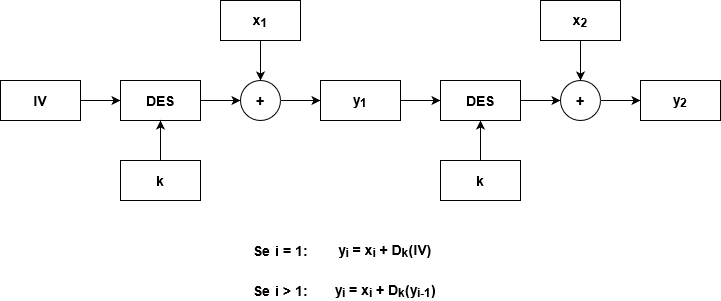
The draw.io diagram img/descfb.png in AlbertoSpinella/des-3des-js, before a commit. Source tidied: cells renumbered, new cells last; positions are measured from the earlier drawing's top-left corner, leaving out a move shared by most shapes. Source of this version:
```xml
<mxGraphModel background="#ffffff">
  <root>
    <mxCell id="0" />
    <mxCell id="1" parent="0" />
    <mxCell id="2" style="edgeStyle=orthogonalEdgeStyle;rounded=0;jettySize=auto;html=1;entryX=0.5;entryY=0;entryDx=0;entryDy=0;" parent="1" edge="1" source="3" target="5">
      <mxGeometry relative="1" as="geometry" />
    </mxCell>
    <mxCell id="3" value="&lt;font style=&quot;font-size: 14px&quot;&gt;&lt;b&gt;x&lt;sub&gt;1&lt;/sub&gt;&lt;/b&gt;&lt;/font&gt;" style="rounded=0;whiteSpace=wrap;html=1;" parent="1" vertex="1">
      <mxGeometry x="220" width="80" height="40" as="geometry" />
    </mxCell>
    <mxCell id="4" style="edgeStyle=orthogonalEdgeStyle;rounded=0;jettySize=auto;html=1;entryX=0;entryY=0.5;entryDx=0;entryDy=0;" parent="1" edge="1" source="5" target="13">
      <mxGeometry relative="1" as="geometry" />
    </mxCell>
    <mxCell id="5" value="&lt;font style=&quot;font-size: 14px&quot;&gt;&lt;b&gt;+&lt;/b&gt;&lt;/font&gt;" style="ellipse;whiteSpace=wrap;html=1;" parent="1" vertex="1">
      <mxGeometry x="240" y="80" width="40" height="40" as="geometry" />
    </mxCell>
    <mxCell id="6" style="edgeStyle=orthogonalEdgeStyle;rounded=0;jettySize=auto;html=1;entryX=0;entryY=0.5;entryDx=0;entryDy=0;" parent="1" edge="1" source="7" target="5">
      <mxGeometry relative="1" as="geometry" />
    </mxCell>
    <mxCell id="7" value="&lt;font style=&quot;font-size: 14px&quot;&gt;&lt;b&gt;DES&lt;/b&gt;&lt;/font&gt;" style="rounded=0;whiteSpace=wrap;html=1;" parent="1" vertex="1">
      <mxGeometry x="120" y="80" width="80" height="40" as="geometry" />
    </mxCell>
    <mxCell id="8" style="edgeStyle=orthogonalEdgeStyle;rounded=0;jettySize=auto;html=1;entryX=0;entryY=0.5;entryDx=0;entryDy=0;" parent="1" edge="1" source="9" target="7">
      <mxGeometry relative="1" as="geometry" />
    </mxCell>
    <mxCell id="9" value="&lt;font style=&quot;font-size: 14px&quot;&gt;&lt;b&gt;IV&lt;/b&gt;&lt;/font&gt;" style="rounded=0;whiteSpace=wrap;html=1;" parent="1" vertex="1">
      <mxGeometry y="80" width="80" height="40" as="geometry" />
    </mxCell>
    <mxCell id="10" style="edgeStyle=orthogonalEdgeStyle;rounded=0;jettySize=auto;html=1;entryX=0.5;entryY=1;entryDx=0;entryDy=0;" parent="1" edge="1" source="11" target="7">
      <mxGeometry relative="1" as="geometry" />
    </mxCell>
    <mxCell id="11" value="&lt;font style=&quot;font-size: 14px&quot;&gt;&lt;b&gt;k&lt;/b&gt;&lt;/font&gt;" style="rounded=0;whiteSpace=wrap;html=1;" parent="1" vertex="1">
      <mxGeometry x="120" y="160" width="80" height="40" as="geometry" />
    </mxCell>
    <mxCell id="12" style="edgeStyle=orthogonalEdgeStyle;rounded=0;jettySize=auto;html=1;entryX=0;entryY=0.5;entryDx=0;entryDy=0;" parent="1" edge="1" source="13" target="19">
      <mxGeometry relative="1" as="geometry" />
    </mxCell>
    <mxCell id="13" value="&lt;font style=&quot;font-size: 14px&quot;&gt;&lt;b&gt;y&lt;sub&gt;1&lt;/sub&gt;&lt;/b&gt;&lt;/font&gt;" style="rounded=0;whiteSpace=wrap;html=1;" parent="1" vertex="1">
      <mxGeometry x="320" y="80" width="80" height="40" as="geometry" />
    </mxCell>
    <mxCell id="14" value="&lt;div&gt;&lt;font style=&quot;font-size: 14px&quot;&gt;&lt;b&gt;Se i = 1:&lt;/b&gt;&lt;/font&gt;&lt;/div&gt;" style="text;html=1;strokeColor=none;fillColor=none;align=center;verticalAlign=middle;whiteSpace=wrap;rounded=0;" parent="1" vertex="1">
      <mxGeometry x="240" y="240" width="80" height="20" as="geometry" />
    </mxCell>
    <mxCell id="15" value="&lt;b&gt;&lt;font style=&quot;font-size: 14px&quot;&gt;y&lt;sub&gt;i&lt;/sub&gt; = &lt;/font&gt;&lt;font style=&quot;font-size: 14px&quot;&gt;&lt;font style=&quot;font-size: 14px&quot;&gt;x&lt;sub&gt;i&lt;/sub&gt; + &lt;/font&gt;D&lt;sub&gt;k&lt;/sub&gt;(IV)&lt;/font&gt;&lt;/b&gt;" style="text;html=1;strokeColor=none;fillColor=none;align=center;verticalAlign=middle;whiteSpace=wrap;rounded=0;" parent="1" vertex="1">
      <mxGeometry x="310" y="240" width="150" height="20" as="geometry" />
    </mxCell>
    <mxCell id="16" value="&lt;b&gt;&lt;font style=&quot;font-size: 14px&quot;&gt;y&lt;sub&gt;i&lt;/sub&gt; = &lt;/font&gt;&lt;font style=&quot;font-size: 14px&quot;&gt;&lt;font style=&quot;font-size: 14px&quot;&gt;&lt;font style=&quot;font-size: 14px&quot;&gt;&lt;font style=&quot;font-size: 14px&quot;&gt;x&lt;sub&gt;i&lt;/sub&gt; + &lt;/font&gt;&lt;/font&gt;&lt;/font&gt;&lt;/font&gt;&lt;font style=&quot;font-size: 14px&quot;&gt;&lt;font style=&quot;font-size: 14px&quot;&gt;&lt;font style=&quot;font-size: 14px&quot;&gt;&lt;font style=&quot;font-size: 14px&quot;&gt;&lt;font style=&quot;font-size: 14px&quot;&gt;&lt;font style=&quot;font-size: 14px&quot;&gt;D&lt;/font&gt;&lt;/font&gt;&lt;/font&gt;&lt;/font&gt;&lt;/font&gt;&lt;font style=&quot;font-size: 14px&quot;&gt;&lt;font style=&quot;font-size: 14px&quot;&gt;&lt;font style=&quot;font-size: 14px&quot;&gt;&lt;font style=&quot;font-size: 14px&quot;&gt;&lt;font style=&quot;font-size: 14px&quot;&gt;&lt;sub&gt;k&lt;/sub&gt;(y&lt;sub&gt;i-1&lt;/sub&gt;)&lt;/font&gt;&lt;/font&gt;&lt;/font&gt;&lt;/font&gt;&lt;/font&gt;&lt;/font&gt;&lt;font style=&quot;font-size: 14px&quot;&gt;&lt;font style=&quot;font-size: 14px&quot;&gt;&lt;font style=&quot;font-size: 14px&quot;&gt;&lt;font style=&quot;font-size: 14px&quot;&gt;&lt;font style=&quot;font-size: 14px&quot;&gt;&lt;font style=&quot;font-size: 14px&quot;&gt;&lt;font style=&quot;font-size: 14px&quot;&gt;&lt;br&gt;&lt;/font&gt;&lt;/font&gt;&lt;/font&gt;&lt;/font&gt;&lt;/font&gt;&lt;/font&gt;&lt;/font&gt;&lt;/b&gt;" style="text;html=1;align=center;verticalAlign=middle;strokeColor=none;" parent="1" vertex="1">
      <mxGeometry x="325" y="280" width="120" height="20" as="geometry" />
    </mxCell>
    <mxCell id="17" value="&lt;div&gt;&lt;font style=&quot;font-size: 14px&quot;&gt;&lt;b&gt;Se i &amp;gt; 1:&lt;/b&gt;&lt;/font&gt;&lt;/div&gt;" style="text;html=1;strokeColor=none;fillColor=none;align=center;verticalAlign=middle;whiteSpace=wrap;rounded=0;" parent="1" vertex="1">
      <mxGeometry x="240" y="280" width="80" height="20" as="geometry" />
    </mxCell>
    <mxCell id="18" style="edgeStyle=orthogonalEdgeStyle;rounded=0;jettySize=auto;html=1;entryX=0;entryY=0.5;entryDx=0;entryDy=0;" parent="1" edge="1" source="19" target="23">
      <mxGeometry relative="1" as="geometry" />
    </mxCell>
    <mxCell id="19" value="&lt;font style=&quot;font-size: 14px&quot;&gt;&lt;b&gt;DES&lt;/b&gt;&lt;/font&gt;" style="rounded=0;whiteSpace=wrap;html=1;" parent="1" vertex="1">
      <mxGeometry x="440" y="80" width="80" height="40" as="geometry" />
    </mxCell>
    <mxCell id="20" style="edgeStyle=orthogonalEdgeStyle;rounded=0;jettySize=auto;html=1;entryX=0.5;entryY=1;entryDx=0;entryDy=0;" parent="1" edge="1" source="21" target="19">
      <mxGeometry relative="1" as="geometry" />
    </mxCell>
    <mxCell id="21" value="&lt;font style=&quot;font-size: 14px&quot;&gt;&lt;b&gt;k&lt;/b&gt;&lt;/font&gt;" style="rounded=0;whiteSpace=wrap;html=1;" parent="1" vertex="1">
      <mxGeometry x="440" y="160" width="80" height="40" as="geometry" />
    </mxCell>
    <mxCell id="22" style="edgeStyle=orthogonalEdgeStyle;rounded=0;jettySize=auto;html=1;entryX=0;entryY=0.5;entryDx=0;entryDy=0;" parent="1" edge="1" source="23" target="26">
      <mxGeometry relative="1" as="geometry" />
    </mxCell>
    <mxCell id="23" value="&lt;font style=&quot;font-size: 14px&quot;&gt;&lt;b&gt;+&lt;/b&gt;&lt;/font&gt;" style="ellipse;whiteSpace=wrap;html=1;" parent="1" vertex="1">
      <mxGeometry x="560" y="80" width="40" height="40" as="geometry" />
    </mxCell>
    <mxCell id="24" style="edgeStyle=orthogonalEdgeStyle;rounded=0;jettySize=auto;html=1;entryX=0.5;entryY=0;entryDx=0;entryDy=0;" parent="1" edge="1" source="25" target="23">
      <mxGeometry relative="1" as="geometry" />
    </mxCell>
    <mxCell id="25" value="&lt;font style=&quot;font-size: 14px&quot;&gt;&lt;b&gt;x&lt;sub&gt;2&lt;/sub&gt;&lt;/b&gt;&lt;/font&gt;" style="rounded=0;whiteSpace=wrap;html=1;" parent="1" vertex="1">
      <mxGeometry x="540" width="80" height="40" as="geometry" />
    </mxCell>
    <mxCell id="26" value="&lt;font style=&quot;font-size: 14px&quot;&gt;&lt;b&gt;y&lt;sub&gt;2&lt;/sub&gt;&lt;/b&gt;&lt;/font&gt;" style="rounded=0;whiteSpace=wrap;html=1;" parent="1" vertex="1">
      <mxGeometry x="640" y="80" width="80" height="40" as="geometry" />
    </mxCell>
  </root>
</mxGraphModel>
```
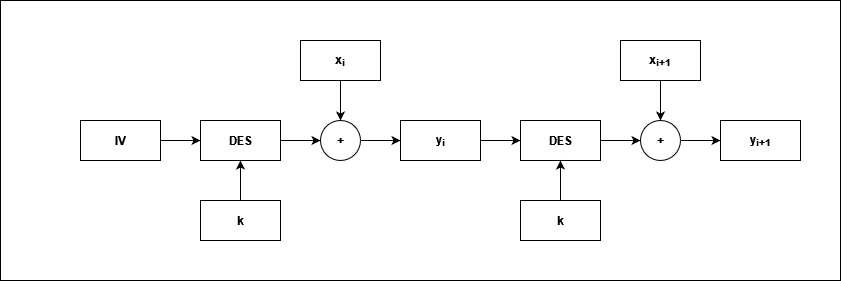
The same diagram one commit later.

What changed in the source:
```diff
@@ -1,81 +1,72 @@
-<mxGraphModel background="#ffffff">
+<mxGraphModel>
   <root>
     <mxCell id="0" />
     <mxCell id="1" parent="0" />
-    <mxCell id="2" style="edgeStyle=orthogonalEdgeStyle;rounded=0;jettySize=auto;html=1;entryX=0.5;entryY=0;entryDx=0;entryDy=0;" parent="1" edge="1" source="3" target="5">
-      <mxGeometry relative="1" as="geometry" />
-    </mxCell>
-    <mxCell id="3" value="&lt;font style=&quot;font-size: 14px&quot;&gt;&lt;b&gt;x&lt;sub&gt;1&lt;/sub&gt;&lt;/b&gt;&lt;/font&gt;" style="rounded=0;whiteSpace=wrap;html=1;" parent="1" vertex="1">
-      <mxGeometry x="220" width="80" height="40" as="geometry" />
-    </mxCell>
-    <mxCell id="4" style="edgeStyle=orthogonalEdgeStyle;rounded=0;jettySize=auto;html=1;entryX=0;entryY=0.5;entryDx=0;entryDy=0;" parent="1" edge="1" source="5" target="13">
-      <mxGeometry relative="1" as="geometry" />
-    </mxCell>
-    <mxCell id="5" value="&lt;font style=&quot;font-size: 14px&quot;&gt;&lt;b&gt;+&lt;/b&gt;&lt;/font&gt;" style="ellipse;whiteSpace=wrap;html=1;" parent="1" vertex="1">
-      <mxGeometry x="240" y="80" width="40" height="40" as="geometry" />
-    </mxCell>
-    <mxCell id="6" style="edgeStyle=orthogonalEdgeStyle;rounded=0;jettySize=auto;html=1;entryX=0;entryY=0.5;entryDx=0;entryDy=0;" parent="1" edge="1" source="7" target="5">
-      <mxGeometry relative="1" as="geometry" />
-    </mxCell>
-    <mxCell id="7" value="&lt;font style=&quot;font-size: 14px&quot;&gt;&lt;b&gt;DES&lt;/b&gt;&lt;/font&gt;" style="rounded=0;whiteSpace=wrap;html=1;" parent="1" vertex="1">
-      <mxGeometry x="120" y="80" width="80" height="40" as="geometry" />
-    </mxCell>
-    <mxCell id="8" style="edgeStyle=orthogonalEdgeStyle;rounded=0;jettySize=auto;html=1;entryX=0;entryY=0.5;entryDx=0;entryDy=0;" parent="1" edge="1" source="9" target="7">
-      <mxGeometry relative="1" as="geometry" />
-    </mxCell>
+    <mxCell id="27" style="rounded=0;whiteSpace=wrap;html=1;" parent="1" vertex="1">
+      <mxGeometry x="-80" y="-40" width="840" height="280" as="geometry" />
+    </mxCell>
+    <mxCell id="28" style="edgeStyle=orthogonalEdgeStyle;curved=1;jettySize=auto;html=1;fontStyle=1;" parent="1" edge="1" source="9" target="30">
+      <mxGeometry relative="1" as="geometry" />
+    </mxCell>
-    <mxCell id="9" value="&lt;font style=&quot;font-size: 14px&quot;&gt;&lt;b&gt;IV&lt;/b&gt;&lt;/font&gt;" style="rounded=0;whiteSpace=wrap;html=1;" parent="1" vertex="1">
+    <mxCell id="9" value="IV" style="rounded=0;whiteSpace=wrap;html=1;fontStyle=1;" parent="1" vertex="1">
       <mxGeometry y="80" width="80" height="40" as="geometry" />
     </mxCell>
-    <mxCell id="10" style="edgeStyle=orthogonalEdgeStyle;rounded=0;jettySize=auto;html=1;entryX=0.5;entryY=1;entryDx=0;entryDy=0;" parent="1" edge="1" source="11" target="7">
-      <mxGeometry relative="1" as="geometry" />
-    </mxCell>
-    <mxCell id="11" value="&lt;font style=&quot;font-size: 14px&quot;&gt;&lt;b&gt;k&lt;/b&gt;&lt;/font&gt;" style="rounded=0;whiteSpace=wrap;html=1;" parent="1" vertex="1">
-      <mxGeometry x="120" y="160" width="80" height="40" as="geometry" />
-    </mxCell>
-    <mxCell id="12" style="edgeStyle=orthogonalEdgeStyle;rounded=0;jettySize=auto;html=1;entryX=0;entryY=0.5;entryDx=0;entryDy=0;" parent="1" edge="1" source="13" target="19">
-      <mxGeometry relative="1" as="geometry" />
-    </mxCell>
-    <mxCell id="13" value="&lt;font style=&quot;font-size: 14px&quot;&gt;&lt;b&gt;y&lt;sub&gt;1&lt;/sub&gt;&lt;/b&gt;&lt;/font&gt;" style="rounded=0;whiteSpace=wrap;html=1;" parent="1" vertex="1">
-      <mxGeometry x="320" y="80" width="80" height="40" as="geometry" />
-    </mxCell>
-    <mxCell id="14" value="&lt;div&gt;&lt;font style=&quot;font-size: 14px&quot;&gt;&lt;b&gt;Se i = 1:&lt;/b&gt;&lt;/font&gt;&lt;/div&gt;" style="text;html=1;strokeColor=none;fillColor=none;align=center;verticalAlign=middle;whiteSpace=wrap;rounded=0;" parent="1" vertex="1">
-      <mxGeometry x="240" y="240" width="80" height="20" as="geometry" />
-    </mxCell>
-    <mxCell id="15" value="&lt;b&gt;&lt;font style=&quot;font-size: 14px&quot;&gt;y&lt;sub&gt;i&lt;/sub&gt; = &lt;/font&gt;&lt;font style=&quot;font-size: 14px&quot;&gt;&lt;font style=&quot;font-size: 14px&quot;&gt;x&lt;sub&gt;i&lt;/sub&gt; + &lt;/font&gt;D&lt;sub&gt;k&lt;/sub&gt;(IV)&lt;/font&gt;&lt;/b&gt;" style="text;html=1;strokeColor=none;fillColor=none;align=center;verticalAlign=middle;whiteSpace=wrap;rounded=0;" parent="1" vertex="1">
-      <mxGeometry x="310" y="240" width="150" height="20" as="geometry" />
-    </mxCell>
-    <mxCell id="16" value="&lt;b&gt;&lt;font style=&quot;font-size: 14px&quot;&gt;y&lt;sub&gt;i&lt;/sub&gt; = &lt;/font&gt;&lt;font style=&quot;font-size: 14px&quot;&gt;&lt;font style=&quot;font-size: 14px&quot;&gt;&lt;font style=&quot;font-size: 14px&quot;&gt;&lt;font style=&quot;font-size: 14px&quot;&gt;x&lt;sub&gt;i&lt;/sub&gt; + &lt;/font&gt;&lt;/font&gt;&lt;/font&gt;&lt;/font&gt;&lt;font style=&quot;font-size: 14px&quot;&gt;&lt;font style=&quot;font-size: 14px&quot;&gt;&lt;font style=&quot;font-size: 14px&quot;&gt;&lt;font style=&quot;font-size: 14px&quot;&gt;&lt;font style=&quot;font-size: 14px&quot;&gt;&lt;font style=&quot;font-size: 14px&quot;&gt;D&lt;/font&gt;&lt;/font&gt;&lt;/font&gt;&lt;/font&gt;&lt;/font&gt;&lt;font style=&quot;font-size: 14px&quot;&gt;&lt;font style=&quot;font-size: 14px&quot;&gt;&lt;font style=&quot;font-size: 14px&quot;&gt;&lt;font style=&quot;font-size: 14px&quot;&gt;&lt;font style=&quot;font-size: 14px&quot;&gt;&lt;sub&gt;k&lt;/sub&gt;(y&lt;sub&gt;i-1&lt;/sub&gt;)&lt;/font&gt;&lt;/font&gt;&lt;/font&gt;&lt;/font&gt;&lt;/font&gt;&lt;/font&gt;&lt;font style=&quot;font-size: 14px&quot;&gt;&lt;font style=&quot;font-size: 14px&quot;&gt;&lt;font style=&quot;font-size: 14px&quot;&gt;&lt;font style=&quot;font-size: 14px&quot;&gt;&lt;font style=&quot;font-size: 14px&quot;&gt;&lt;font style=&quot;font-size: 14px&quot;&gt;&lt;font style=&quot;font-size: 14px&quot;&gt;&lt;br&gt;&lt;/font&gt;&lt;/font&gt;&lt;/font&gt;&lt;/font&gt;&lt;/font&gt;&lt;/font&gt;&lt;/font&gt;&lt;/b&gt;" style="text;html=1;align=center;verticalAlign=middle;strokeColor=none;" parent="1" vertex="1">
-      <mxGeometry x="325" y="280" width="120" height="20" as="geometry" />
-    </mxCell>
-    <mxCell id="17" value="&lt;div&gt;&lt;font style=&quot;font-size: 14px&quot;&gt;&lt;b&gt;Se i &amp;gt; 1:&lt;/b&gt;&lt;/font&gt;&lt;/div&gt;" style="text;html=1;strokeColor=none;fillColor=none;align=center;verticalAlign=middle;whiteSpace=wrap;rounded=0;" parent="1" vertex="1">
-      <mxGeometry x="240" y="280" width="80" height="20" as="geometry" />
-    </mxCell>
-    <mxCell id="18" style="edgeStyle=orthogonalEdgeStyle;rounded=0;jettySize=auto;html=1;entryX=0;entryY=0.5;entryDx=0;entryDy=0;" parent="1" edge="1" source="19" target="23">
-      <mxGeometry relative="1" as="geometry" />
-    </mxCell>
-    <mxCell id="19" value="&lt;font style=&quot;font-size: 14px&quot;&gt;&lt;b&gt;DES&lt;/b&gt;&lt;/font&gt;" style="rounded=0;whiteSpace=wrap;html=1;" parent="1" vertex="1">
-      <mxGeometry x="440" y="80" width="80" height="40" as="geometry" />
-    </mxCell>
-    <mxCell id="20" style="edgeStyle=orthogonalEdgeStyle;rounded=0;jettySize=auto;html=1;entryX=0.5;entryY=1;entryDx=0;entryDy=0;" parent="1" edge="1" source="21" target="19">
-      <mxGeometry relative="1" as="geometry" />
-    </mxCell>
-    <mxCell id="21" value="&lt;font style=&quot;font-size: 14px&quot;&gt;&lt;b&gt;k&lt;/b&gt;&lt;/font&gt;" style="rounded=0;whiteSpace=wrap;html=1;" parent="1" vertex="1">
-      <mxGeometry x="440" y="160" width="80" height="40" as="geometry" />
-    </mxCell>
-    <mxCell id="22" style="edgeStyle=orthogonalEdgeStyle;rounded=0;jettySize=auto;html=1;entryX=0;entryY=0.5;entryDx=0;entryDy=0;" parent="1" edge="1" source="23" target="26">
-      <mxGeometry relative="1" as="geometry" />
-    </mxCell>
-    <mxCell id="23" value="&lt;font style=&quot;font-size: 14px&quot;&gt;&lt;b&gt;+&lt;/b&gt;&lt;/font&gt;" style="ellipse;whiteSpace=wrap;html=1;" parent="1" vertex="1">
-      <mxGeometry x="560" y="80" width="40" height="40" as="geometry" />
-    </mxCell>
-    <mxCell id="24" style="edgeStyle=orthogonalEdgeStyle;rounded=0;jettySize=auto;html=1;entryX=0.5;entryY=0;entryDx=0;entryDy=0;" parent="1" edge="1" source="25" target="23">
-      <mxGeometry relative="1" as="geometry" />
-    </mxCell>
-    <mxCell id="25" value="&lt;font style=&quot;font-size: 14px&quot;&gt;&lt;b&gt;x&lt;sub&gt;2&lt;/sub&gt;&lt;/b&gt;&lt;/font&gt;" style="rounded=0;whiteSpace=wrap;html=1;" parent="1" vertex="1">
-      <mxGeometry x="540" width="80" height="40" as="geometry" />
-    </mxCell>
-    <mxCell id="26" value="&lt;font style=&quot;font-size: 14px&quot;&gt;&lt;b&gt;y&lt;sub&gt;2&lt;/sub&gt;&lt;/b&gt;&lt;/font&gt;" style="rounded=0;whiteSpace=wrap;html=1;" parent="1" vertex="1">
-      <mxGeometry x="640" y="80" width="80" height="40" as="geometry" />
-    </mxCell>
+    <mxCell id="29" style="edgeStyle=orthogonalEdgeStyle;curved=1;jettySize=auto;html=1;entryX=0;entryY=0.5;entryDx=0;entryDy=0;fontStyle=1;" parent="1" edge="1" source="30" target="34">
+      <mxGeometry relative="1" as="geometry" />
+    </mxCell>
+    <mxCell id="30" value="DES" style="rounded=0;whiteSpace=wrap;html=1;fontStyle=1;" parent="1" vertex="1">
+      <mxGeometry x="120" y="80" width="80" height="40" as="geometry" />
+    </mxCell>
+    <mxCell id="31" style="edgeStyle=orthogonalEdgeStyle;curved=1;jettySize=auto;html=1;entryX=0.5;entryY=1;entryDx=0;entryDy=0;fontStyle=1;" parent="1" edge="1" source="32" target="30">
+      <mxGeometry relative="1" as="geometry" />
+    </mxCell>
+    <mxCell id="32" value="k" style="rounded=0;whiteSpace=wrap;html=1;fontStyle=1;" parent="1" vertex="1">
+      <mxGeometry x="120" y="160" width="80" height="40" as="geometry" />
+    </mxCell>
+    <mxCell id="33" style="edgeStyle=orthogonalEdgeStyle;curved=1;jettySize=auto;html=1;fontStyle=1;" parent="1" edge="1" source="34" target="38">
+      <mxGeometry relative="1" as="geometry" />
+    </mxCell>
+    <mxCell id="34" value="+" style="ellipse;whiteSpace=wrap;html=1;fontStyle=1;" parent="1" vertex="1">
+      <mxGeometry x="240" y="80" width="40" height="40" as="geometry" />
+    </mxCell>
+    <mxCell id="35" style="edgeStyle=orthogonalEdgeStyle;curved=1;jettySize=auto;html=1;entryX=0.5;entryY=0;entryDx=0;entryDy=0;fontStyle=1;" parent="1" edge="1" source="36" target="34">
+      <mxGeometry relative="1" as="geometry" />
+    </mxCell>
+    <mxCell id="36" value="x&lt;sub&gt;i&lt;/sub&gt;" style="rounded=0;whiteSpace=wrap;html=1;fontStyle=1;" parent="1" vertex="1">
+      <mxGeometry x="220" width="80" height="40" as="geometry" />
+    </mxCell>
+    <mxCell id="37" style="edgeStyle=orthogonalEdgeStyle;curved=1;jettySize=auto;html=1;fontStyle=1;" parent="1" edge="1" source="38" target="40">
+      <mxGeometry relative="1" as="geometry" />
+    </mxCell>
+    <mxCell id="38" value="y&lt;sub&gt;i&lt;/sub&gt;" style="rounded=0;whiteSpace=wrap;html=1;fontStyle=1;" parent="1" vertex="1">
+      <mxGeometry x="320" y="80" width="80" height="40" as="geometry" />
+    </mxCell>
+    <mxCell id="39" style="edgeStyle=orthogonalEdgeStyle;curved=1;jettySize=auto;html=1;entryX=0;entryY=0.5;entryDx=0;entryDy=0;fontStyle=1;" parent="1" edge="1" source="40" target="44">
+      <mxGeometry relative="1" as="geometry" />
+    </mxCell>
+    <mxCell id="40" value="DES" style="rounded=0;whiteSpace=wrap;html=1;fontStyle=1;" parent="1" vertex="1">
+      <mxGeometry x="440" y="80" width="80" height="40" as="geometry" />
+    </mxCell>
+    <mxCell id="41" style="edgeStyle=orthogonalEdgeStyle;curved=1;jettySize=auto;html=1;entryX=0.5;entryY=1;entryDx=0;entryDy=0;fontStyle=1;" parent="1" edge="1" source="42" target="40">
+      <mxGeometry relative="1" as="geometry" />
+    </mxCell>
+    <mxCell id="42" value="k" style="rounded=0;whiteSpace=wrap;html=1;fontStyle=1;" parent="1" vertex="1">
+      <mxGeometry x="440" y="160" width="80" height="40" as="geometry" />
+    </mxCell>
+    <mxCell id="43" style="edgeStyle=orthogonalEdgeStyle;curved=1;jettySize=auto;html=1;entryX=0;entryY=0.5;entryDx=0;entryDy=0;fontStyle=1;" parent="1" edge="1" source="44" target="47">
+      <mxGeometry relative="1" as="geometry" />
+    </mxCell>
+    <mxCell id="44" value="+" style="ellipse;whiteSpace=wrap;html=1;fontStyle=1;" parent="1" vertex="1">
+      <mxGeometry x="560" y="80" width="40" height="40" as="geometry" />
+    </mxCell>
+    <mxCell id="45" style="edgeStyle=orthogonalEdgeStyle;curved=1;jettySize=auto;html=1;entryX=0.5;entryY=0;entryDx=0;entryDy=0;fontStyle=1;" parent="1" edge="1" source="46" target="44">
+      <mxGeometry relative="1" as="geometry" />
+    </mxCell>
+    <mxCell id="46" value="x&lt;sub&gt;i+1&lt;/sub&gt;" style="rounded=0;whiteSpace=wrap;html=1;fontStyle=1;" parent="1" vertex="1">
+      <mxGeometry x="540" width="80" height="40" as="geometry" />
+    </mxCell>
+    <mxCell id="47" value="y&lt;sub&gt;i+1&lt;/sub&gt;" style="rounded=0;whiteSpace=wrap;html=1;fontStyle=1;" parent="1" vertex="1">
+      <mxGeometry x="640" y="80" width="80" height="40" as="geometry" />
+    </mxCell>
   </root>
 </mxGraphModel>
```
